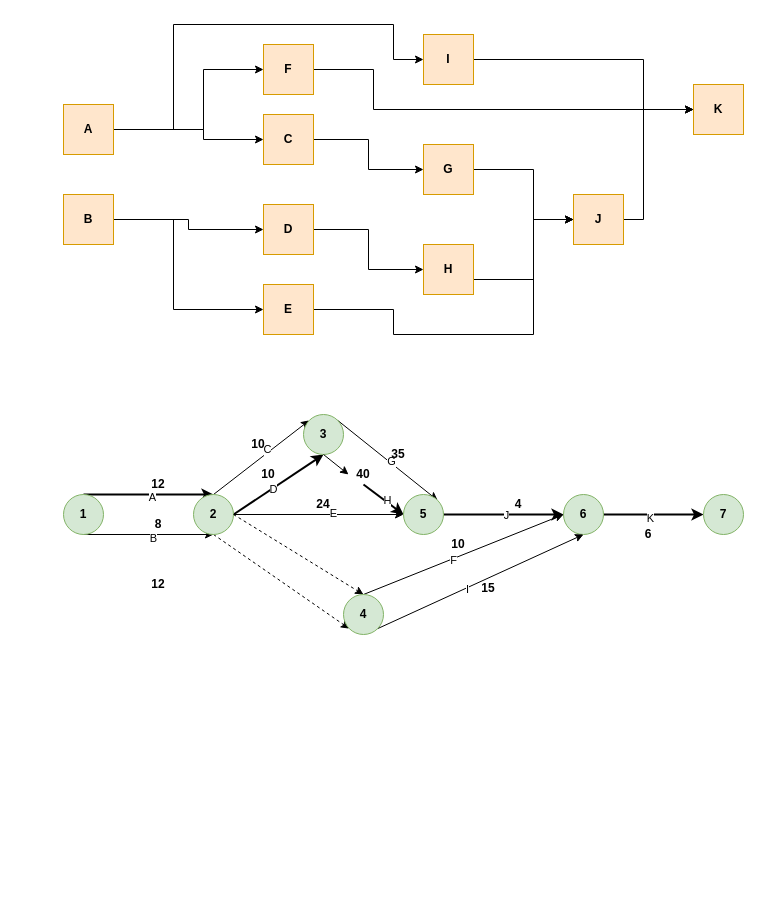
Before: ejercicio-6.drawio in MasterJhonny/diagramas, a draw.io diagram. Source tidied: cells renumbered, new cells numbered last; positions are measured from the earlier drawing's top-left corner, leaving out a move shared by most shapes. Both pictures are drawn from the tidied source at 100%, with x=0, y=0 at pixel (63, 24).
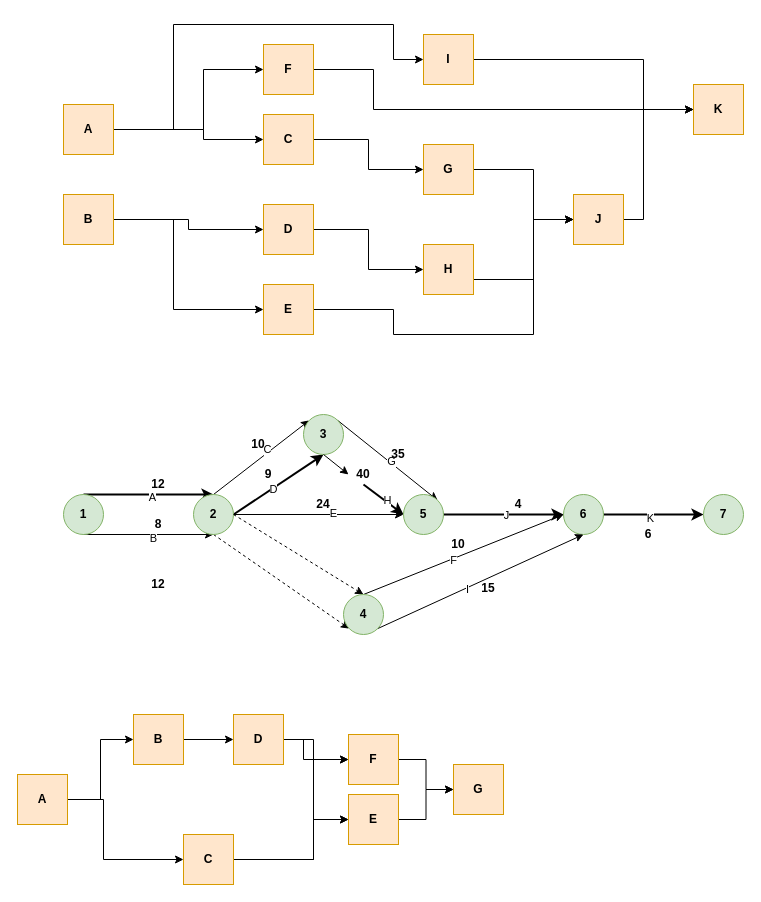
After the change.

Diff of the diagram source:
```diff
@@
-    <mxCell id="60" value="10" style="text;html=1;strokeColor=none;fillColor=none;align=center;verticalAlign=middle;whiteSpace=wrap;rounded=0;fontStyle=1;" parent="1" vertex="1">
+    <mxCell id="60" value="9" style="text;html=1;strokeColor=none;fillColor=none;align=center;verticalAlign=middle;whiteSpace=wrap;rounded=0;fontStyle=1;" parent="1" vertex="1">
       <mxGeometry x="190" y="440" width="30" height="20" as="geometry" />
     </mxCell>
@@
+    <mxCell id="70" style="edgeStyle=orthogonalEdgeStyle;rounded=0;jettySize=auto;html=1;entryX=0;entryY=0.5;entryDx=0;entryDy=0;" parent="1" edge="1" source="72" target="74">
+      <mxGeometry relative="1" as="geometry" />
+    </mxCell>
+    <mxCell id="71" style="edgeStyle=orthogonalEdgeStyle;rounded=0;jettySize=auto;html=1;entryX=0;entryY=0.5;entryDx=0;entryDy=0;" parent="1" edge="1" source="72" target="77">
+      <mxGeometry relative="1" as="geometry">
+        <Array as="points">
+          <mxPoint x="40" y="775" />
+          <mxPoint x="40" y="835" />
+        </Array>
+      </mxGeometry>
+    </mxCell>
+    <mxCell id="72" value="&lt;span&gt;A&lt;/span&gt;" style="whiteSpace=wrap;html=1;fontStyle=1;fillColor=#ffe6cc;strokeColor=#d79b00;" parent="1" vertex="1">
+      <mxGeometry x="-46" y="750" width="50" height="50" as="geometry" />
+    </mxCell>
+    <mxCell id="73" style="edgeStyle=orthogonalEdgeStyle;rounded=0;jettySize=auto;html=1;exitX=1;exitY=0.5;exitDx=0;exitDy=0;entryX=0;entryY=0.5;entryDx=0;entryDy=0;" parent="1" edge="1" source="74" target="84">
+      <mxGeometry relative="1" as="geometry" />
+    </mxCell>
+    <mxCell id="74" value="B" style="whiteSpace=wrap;html=1;fontStyle=1;fillColor=#ffe6cc;strokeColor=#d79b00;" parent="1" vertex="1">
+      <mxGeometry x="70" y="690" width="50" height="50" as="geometry" />
+    </mxCell>
+    <mxCell id="75" style="edgeStyle=orthogonalEdgeStyle;rounded=0;jettySize=auto;html=1;entryX=0;entryY=0.5;entryDx=0;entryDy=0;" parent="1" edge="1" source="77" target="79">
+      <mxGeometry relative="1" as="geometry">
+        <Array as="points">
+          <mxPoint x="250" y="835" />
+          <mxPoint x="250" y="795" />
+        </Array>
+      </mxGeometry>
+    </mxCell>
+    <mxCell id="76" style="edgeStyle=orthogonalEdgeStyle;rounded=0;jettySize=auto;html=1;entryX=0;entryY=0.5;entryDx=0;entryDy=0;" parent="1" edge="1" source="77" target="81">
+      <mxGeometry relative="1" as="geometry">
+        <Array as="points">
+          <mxPoint x="250" y="835" />
+          <mxPoint x="250" y="735" />
+        </Array>
+      </mxGeometry>
+    </mxCell>
+    <mxCell id="77" value="C" style="whiteSpace=wrap;html=1;fontStyle=1;fillColor=#ffe6cc;strokeColor=#d79b00;" parent="1" vertex="1">
+      <mxGeometry x="120" y="810" width="50" height="50" as="geometry" />
+    </mxCell>
+    <mxCell id="78" style="edgeStyle=orthogonalEdgeStyle;rounded=0;jettySize=auto;html=1;entryX=0;entryY=0.5;entryDx=0;entryDy=0;" parent="1" edge="1" source="79" target="85">
+      <mxGeometry relative="1" as="geometry" />
+    </mxCell>
+    <mxCell id="79" value="E" style="whiteSpace=wrap;html=1;fontStyle=1;fillColor=#ffe6cc;strokeColor=#d79b00;" parent="1" vertex="1">
+      <mxGeometry x="285" y="770" width="50" height="50" as="geometry" />
+    </mxCell>
+    <mxCell id="80" style="edgeStyle=orthogonalEdgeStyle;rounded=0;jettySize=auto;html=1;entryX=0;entryY=0.5;entryDx=0;entryDy=0;" parent="1" edge="1" source="81" target="85">
+      <mxGeometry relative="1" as="geometry" />
+    </mxCell>
+    <mxCell id="81" value="F" style="whiteSpace=wrap;html=1;fontStyle=1;fillColor=#ffe6cc;strokeColor=#d79b00;" parent="1" vertex="1">
+      <mxGeometry x="285" y="710" width="50" height="50" as="geometry" />
+    </mxCell>
+    <mxCell id="82" style="edgeStyle=orthogonalEdgeStyle;rounded=0;jettySize=auto;html=1;entryX=0;entryY=0.5;entryDx=0;entryDy=0;" parent="1" edge="1" source="84" target="79">
+      <mxGeometry relative="1" as="geometry">
+        <Array as="points">
+          <mxPoint x="250" y="715" />
+          <mxPoint x="250" y="795" />
+        </Array>
+      </mxGeometry>
+    </mxCell>
+    <mxCell id="83" style="edgeStyle=orthogonalEdgeStyle;rounded=0;jettySize=auto;html=1;entryX=0;entryY=0.5;entryDx=0;entryDy=0;" parent="1" edge="1" source="84" target="81">
+      <mxGeometry relative="1" as="geometry">
+        <Array as="points">
+          <mxPoint x="240" y="715" />
+          <mxPoint x="240" y="735" />
+        </Array>
+      </mxGeometry>
+    </mxCell>
+    <mxCell id="84" value="D" style="whiteSpace=wrap;html=1;fontStyle=1;fillColor=#ffe6cc;strokeColor=#d79b00;" parent="1" vertex="1">
+      <mxGeometry x="170" y="690" width="50" height="50" as="geometry" />
+    </mxCell>
+    <mxCell id="85" value="G" style="whiteSpace=wrap;html=1;fontStyle=1;fillColor=#ffe6cc;strokeColor=#d79b00;" parent="1" vertex="1">
+      <mxGeometry x="390" y="740" width="50" height="50" as="geometry" />
+    </mxCell>
```
